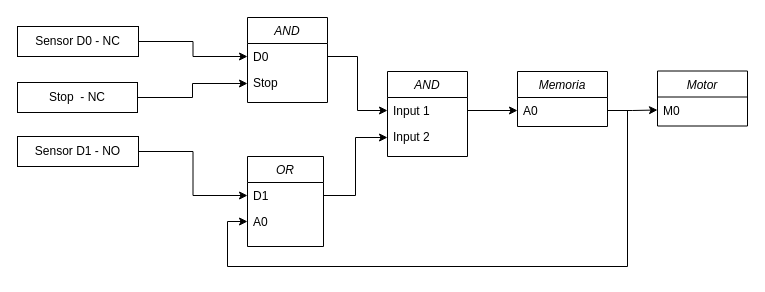
fgomez1211/FRD keeps this draw.io diagram as Untitled Diagram.drawio. Above is the earlier version. Source tidied: cells renumbered, new cells numbered last; positions are measured from the earlier drawing's top-left corner, leaving out a move shared by most shapes. Both pictures are drawn from the tidied source at 100%, with x=0, y=0 at pixel (17, 17).
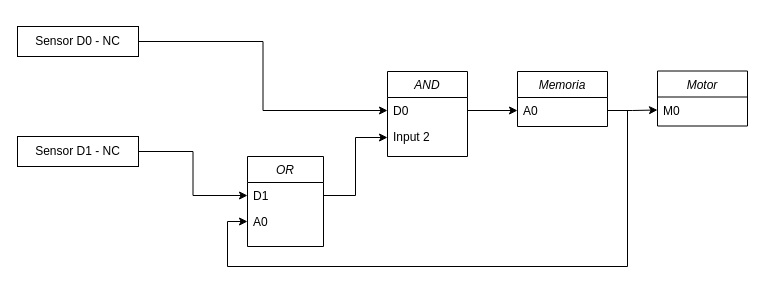
The same page after the edit.

Commit message:
Se quito el boton de STOP.

Unchanged cells that the change refers to:
```xml
<mxCell id="6" value="Sensor D0 - NC" style="rounded=0;whiteSpace=wrap;html=1;" parent="1" vertex="1">
  <mxGeometry y="9" width="121" height="30" as="geometry" />
</mxCell>
<mxCell id="16" value="AND" style="swimlane;fontStyle=2;align=center;verticalAlign=top;horizontal=1;startSize=26;rounded=0;shadow=0;strokeWidth=1;" parent="1" vertex="1">
  <mxGeometry x="370" y="54" width="80" height="85" as="geometry" />
</mxCell>
```

Change to the diagram source:
```diff
@@
-    <mxCell id="2" value="AND" style="swimlane;fontStyle=2;align=center;verticalAlign=top;horizontal=1;startSize=26;rounded=0;shadow=0;strokeWidth=1;" parent="1" vertex="1">
-      <mxGeometry x="230" width="80" height="85" as="geometry" />
-    </mxCell>
-    <mxCell id="3" value="D0" style="text;align=left;verticalAlign=top;spacingLeft=4;spacingRight=4;overflow=hidden;points=[[0,0.5],[1,0.5]];portConstraint=eastwest;" parent="2" vertex="1">
-      <mxGeometry y="26" width="80" height="26" as="geometry" />
-    </mxCell>
-    <mxCell id="4" value="Stop" style="text;align=left;verticalAlign=top;spacingLeft=4;spacingRight=4;overflow=hidden;points=[[0,0.5],[1,0.5]];portConstraint=eastwest;rounded=0;shadow=0;html=0;" parent="2" vertex="1">
-      <mxGeometry y="52" width="80" height="28" as="geometry" />
-    </mxCell>
-    <mxCell id="5" style="edgeStyle=orthogonalEdgeStyle;rounded=0;jettySize=auto;html=1;exitX=1;exitY=0.5;exitDx=0;exitDy=0;endArrow=classic;endFill=1;" parent="1" edge="1" source="6" target="3">
+    <mxCell id="5" style="edgeStyle=orthogonalEdgeStyle;rounded=0;jettySize=auto;html=1;exitX=1;exitY=0.5;exitDx=0;exitDy=0;endArrow=classic;endFill=1;entryX=0;entryY=0.5;entryDx=0;entryDy=0;" parent="1" edge="1" source="6" target="17">
       <mxGeometry relative="1" as="geometry" />
     </mxCell>
@@
-    <mxCell id="8" value="Sensor D1 - NO" style="rounded=0;whiteSpace=wrap;html=1;" parent="1" vertex="1">
+    <mxCell id="8" value="Sensor D1 - NC" style="rounded=0;whiteSpace=wrap;html=1;" parent="1" vertex="1">
       <mxGeometry y="119" width="121" height="30" as="geometry" />
     </mxCell>
@@
-    <mxCell id="14" style="edgeStyle=orthogonalEdgeStyle;rounded=0;jettySize=auto;html=1;exitX=1;exitY=0.5;exitDx=0;exitDy=0;entryX=0;entryY=0.5;entryDx=0;entryDy=0;endArrow=classic;endFill=1;" parent="1" edge="1" source="15" target="4">
-      <mxGeometry relative="1" as="geometry" />
-    </mxCell>
-    <mxCell id="15" value="Stop &amp;nbsp;- NC" style="rounded=0;whiteSpace=wrap;html=1;" parent="1" vertex="1">
-      <mxGeometry y="65" width="120" height="30" as="geometry" />
-    </mxCell>
@@
-    <mxCell id="17" value="Input 1" style="text;align=left;verticalAlign=top;spacingLeft=4;spacingRight=4;overflow=hidden;points=[[0,0.5],[1,0.5]];portConstraint=eastwest;" parent="16" vertex="1">
+    <mxCell id="17" value="D0" style="text;align=left;verticalAlign=top;spacingLeft=4;spacingRight=4;overflow=hidden;points=[[0,0.5],[1,0.5]];portConstraint=eastwest;" parent="16" vertex="1">
       <mxGeometry y="26" width="80" height="26" as="geometry" />
     </mxCell>
@@
-    <mxCell id="19" style="edgeStyle=orthogonalEdgeStyle;rounded=0;jettySize=auto;html=1;exitX=1;exitY=0.5;exitDx=0;exitDy=0;entryX=0;entryY=0.5;entryDx=0;entryDy=0;endArrow=classic;endFill=1;" parent="1" edge="1" source="3" target="17">
-      <mxGeometry relative="1" as="geometry" />
-    </mxCell>
```
